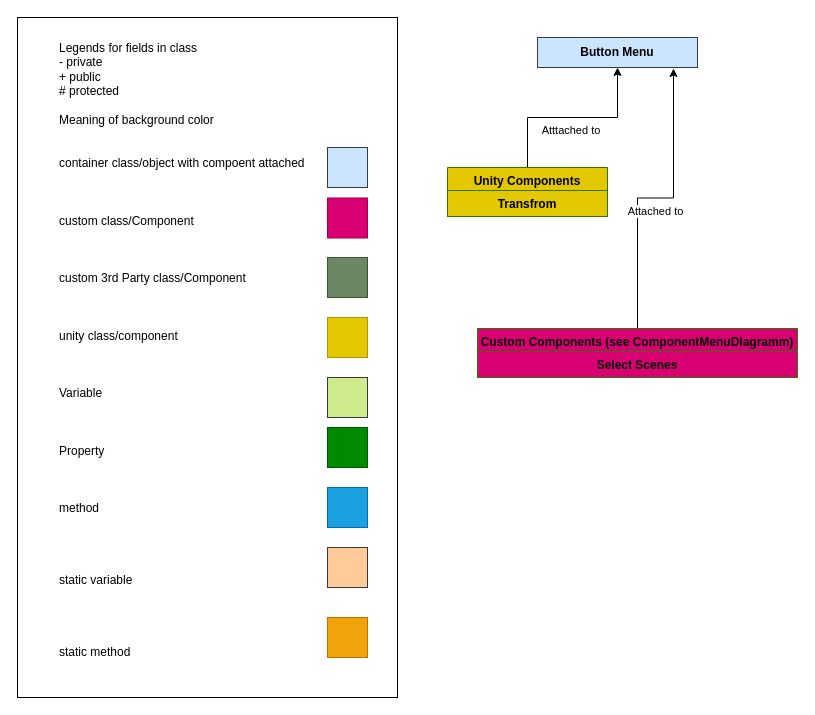
Above: Docs/Diagramms/DiagrammPrefab_SceneLoader.drawio in BoolPurist/Sunken-Castle (draw.io), before the change. Source tidied: cells renumbered, new cells numbered last; positions are measured from the earlier drawing's top-left corner, leaving out a move shared by most shapes. Both pictures are drawn from the tidied source at 100%, with x=0, y=0 at pixel (17, 17).
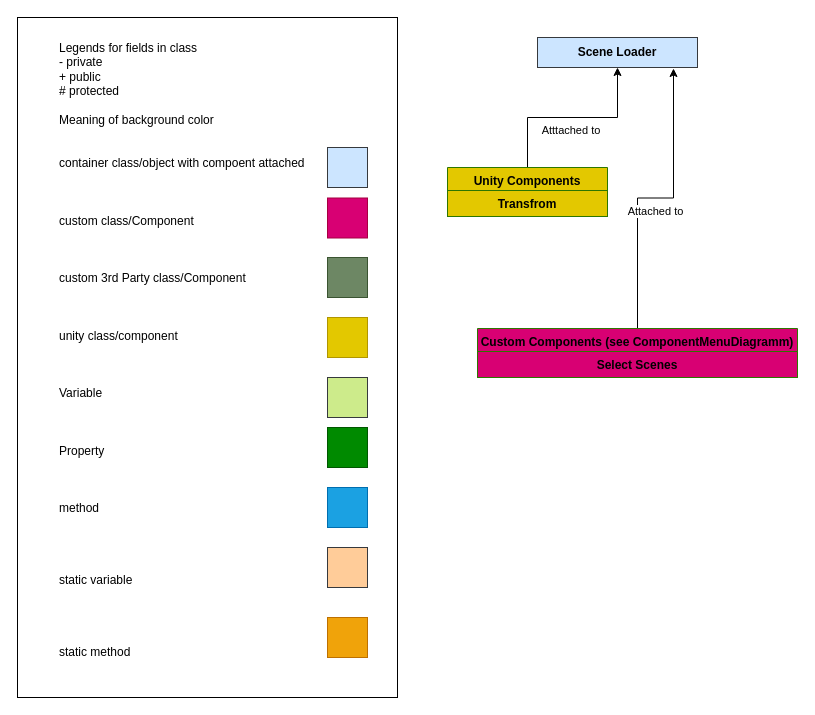
The same page after the edit.

Diff of the diagram source:
```diff
@@
 <mxGraphModel>
   <root>
     <mxCell id="0" />
     <mxCell id="1" parent="0" />
     <mxCell id="2" value="&lt;blockquote style=&quot;margin: 0 0 0 40px ; border: none ; padding: 0px&quot;&gt;&lt;div&gt;&lt;span&gt;Legends for fields in class&lt;/span&gt;&lt;/div&gt;&lt;div&gt;&lt;span&gt;- private&lt;/span&gt;&lt;/div&gt;&lt;div&gt;&lt;span&gt;+ public&lt;/span&gt;&lt;/div&gt;&lt;div&gt;&lt;span&gt;# protected&lt;/span&gt;&lt;/div&gt;&lt;div&gt;&lt;span&gt;&lt;br&gt;&lt;/span&gt;&lt;/div&gt;&lt;div&gt;&lt;span&gt;Meaning of background color&lt;/span&gt;&lt;/div&gt;&lt;div&gt;&lt;span&gt;&lt;br&gt;&lt;/span&gt;&lt;/div&gt;&lt;div&gt;&lt;br&gt;&lt;/div&gt;&lt;div&gt;container class/object with compoent attached&lt;/div&gt;&lt;div&gt;&lt;span&gt;&lt;br&gt;&lt;/span&gt;&lt;/div&gt;&lt;div&gt;&lt;span&gt;&lt;br&gt;&lt;/span&gt;&lt;/div&gt;&lt;div&gt;&lt;span&gt;&lt;br&gt;&lt;/span&gt;&lt;/div&gt;&lt;div&gt;&lt;span&gt;custom class/Component&lt;/span&gt;&lt;/div&gt;&lt;div&gt;&lt;span&gt;&lt;br&gt;&lt;/span&gt;&lt;/div&gt;&lt;div&gt;&lt;span&gt;&lt;br&gt;&lt;/span&gt;&lt;/div&gt;&lt;div&gt;&lt;span&gt;&lt;br&gt;&lt;/span&gt;&lt;/div&gt;&lt;div&gt;&lt;span&gt;custom 3rd Party class/Component&lt;/span&gt;&lt;/div&gt;&lt;div&gt;&lt;span&gt;&lt;br&gt;&lt;/span&gt;&lt;/div&gt;&lt;div&gt;&lt;span&gt;&lt;br&gt;&lt;/span&gt;&lt;/div&gt;&lt;div&gt;&lt;span&gt;&lt;br&gt;&lt;/span&gt;&lt;/div&gt;&lt;div&gt;&lt;span&gt;unity class/component&lt;/span&gt;&lt;/div&gt;&lt;div&gt;&lt;span&gt;&lt;br&gt;&lt;/span&gt;&lt;/div&gt;&lt;div&gt;&lt;span&gt;&lt;br&gt;&lt;/span&gt;&lt;/div&gt;&lt;div&gt;&lt;span&gt;&lt;br&gt;&lt;/span&gt;&lt;/div&gt;&lt;div&gt;&lt;span&gt;Variable&lt;/span&gt;&lt;/div&gt;&lt;div&gt;&lt;span&gt;&lt;br&gt;&lt;/span&gt;&lt;/div&gt;&lt;div&gt;&lt;span&gt;&lt;br&gt;&lt;/span&gt;&lt;/div&gt;&lt;div&gt;&lt;span&gt;&lt;br&gt;&lt;/span&gt;&lt;/div&gt;&lt;div&gt;&lt;span&gt;Property&lt;/span&gt;&lt;/div&gt;&lt;div&gt;&lt;span&gt;&lt;br&gt;&lt;/span&gt;&lt;/div&gt;&lt;div&gt;&lt;span&gt;&lt;br&gt;&lt;/span&gt;&lt;/div&gt;&lt;div&gt;&lt;span&gt;&lt;br&gt;&lt;/span&gt;&lt;/div&gt;&lt;div&gt;&lt;span&gt;method&lt;/span&gt;&lt;/div&gt;&lt;div&gt;&lt;span&gt;&lt;br&gt;&lt;/span&gt;&lt;/div&gt;&lt;div&gt;&lt;span&gt;&lt;br&gt;&lt;/span&gt;&lt;/div&gt;&lt;div&gt;&lt;span&gt;&lt;br&gt;&lt;/span&gt;&lt;/div&gt;&lt;div&gt;&lt;span&gt;&lt;br&gt;&lt;/span&gt;&lt;/div&gt;&lt;div&gt;static variable&lt;/div&gt;&lt;div&gt;&lt;br&gt;&lt;/div&gt;&lt;div&gt;&lt;br&gt;&lt;/div&gt;&lt;div&gt;&lt;br&gt;&lt;/div&gt;&lt;div&gt;&lt;br&gt;&lt;/div&gt;&lt;div&gt;&lt;span&gt;static method&lt;/span&gt;&lt;/div&gt;&lt;/blockquote&gt;&lt;div&gt;&lt;br&gt;&lt;/div&gt;" style="rounded=0;whiteSpace=wrap;html=1;align=left;" parent="1" vertex="1">
       <mxGeometry width="380" height="680" as="geometry" />
     </mxCell>
     <mxCell id="3" style="rounded=0;whiteSpace=wrap;html=1;fillColor=#d80073;strokeColor=#A50040;fontColor=#ffffff;" parent="1" vertex="1">
       <mxGeometry x="310" y="180.5" width="40" height="40" as="geometry" />
     </mxCell>
     <mxCell id="4" style="rounded=0;whiteSpace=wrap;html=1;fillColor=#cdeb8b;strokeColor=#36393d;" parent="1" vertex="1">
       <mxGeometry x="310" y="360" width="40" height="40" as="geometry" />
     </mxCell>
     <mxCell id="5" style="rounded=0;whiteSpace=wrap;html=1;fillColor=#008a00;strokeColor=#005700;fontColor=#ffffff;" parent="1" vertex="1">
       <mxGeometry x="310" y="410" width="40" height="40" as="geometry" />
     </mxCell>
     <mxCell id="6" style="rounded=0;whiteSpace=wrap;html=1;fillColor=#1ba1e2;strokeColor=#006EAF;fontColor=#ffffff;" parent="1" vertex="1">
       <mxGeometry x="310" y="470" width="40" height="40" as="geometry" />
     </mxCell>
     <mxCell id="7" style="rounded=0;whiteSpace=wrap;html=1;fillColor=#ffcc99;strokeColor=#36393d;" parent="1" vertex="1">
       <mxGeometry x="310" y="530" width="40" height="40" as="geometry" />
     </mxCell>
     <mxCell id="8" style="rounded=0;whiteSpace=wrap;html=1;fillColor=#f0a30a;strokeColor=#BD7000;fontColor=#ffffff;" parent="1" vertex="1">
       <mxGeometry x="310" y="600" width="40" height="40" as="geometry" />
     </mxCell>
     <mxCell id="9" style="rounded=0;whiteSpace=wrap;html=1;fillColor=#6D8764;strokeColor=#3A5431;fontColor=#ffffff;" parent="1" vertex="1">
       <mxGeometry x="310" y="240" width="40" height="40" as="geometry" />
     </mxCell>
     <mxCell id="10" style="rounded=0;whiteSpace=wrap;html=1;fillColor=#e3c800;strokeColor=#B09500;fontColor=#ffffff;" parent="1" vertex="1">
       <mxGeometry x="310" y="300" width="40" height="40" as="geometry" />
     </mxCell>
     <mxCell id="11" style="rounded=0;whiteSpace=wrap;html=1;fillColor=#cce5ff;strokeColor=#36393d;" parent="1" vertex="1">
       <mxGeometry x="310" y="130" width="40" height="40" as="geometry" />
     </mxCell>
-    <mxCell id="12" value="Button Menu" style="rounded=0;whiteSpace=wrap;html=1;fontColor=#000000;align=center;strokeColor=#36393d;fillColor=#cce5ff;fontStyle=1;" parent="1" vertex="1">
+    <mxCell id="12" value="Scene Loader" style="rounded=0;whiteSpace=wrap;html=1;fontColor=#000000;align=center;strokeColor=#36393d;fillColor=#cce5ff;fontStyle=1;" parent="1" vertex="1">
       <mxGeometry x="520" y="20" width="160" height="30" as="geometry" />
     </mxCell>
     <mxCell id="13" value="Atttached to&amp;nbsp;" style="edgeStyle=orthogonalEdgeStyle;rounded=0;jettySize=auto;html=1;exitX=0.5;exitY=0;exitDx=0;exitDy=0;fontColor=#000000;align=center;verticalAlign=top;" parent="1" edge="1" source="14" target="12">
       <mxGeometry relative="1" as="geometry" />
     </mxCell>
     <mxCell id="14" value="Unity Components" style="swimlane;fontStyle=1;horizontal=1;fillColor=#E3C800;fontColor=#000000;align=center;verticalAlign=top;strokeColor=#2D7600;gradientColor=none;spacingLeft=4;spacingRight=4;" parent="1" vertex="1">
       <mxGeometry x="430" y="150" width="160" height="49" as="geometry" />
     </mxCell>
     <mxCell id="15" value="Transfrom" style="text;strokeColor=#2D7600;fillColor=#E3C800;align=center;verticalAlign=top;spacingLeft=4;spacingRight=4;overflow=hidden;fontColor=#000000;fontStyle=1;" parent="14" vertex="1">
       <mxGeometry y="23" width="160" height="26" as="geometry" />
     </mxCell>
     <mxCell id="16" value="Attached to" style="edgeStyle=orthogonalEdgeStyle;rounded=0;jettySize=auto;html=1;entryX=0.85;entryY=1.033;entryDx=0;entryDy=0;entryPerimeter=0;fontColor=#000000;verticalAlign=top;" parent="1" edge="1" source="17" target="12">
       <mxGeometry relative="1" as="geometry" />
     </mxCell>
     <mxCell id="17" value="Custom Components (see ComponentMenuDiagramm)" style="swimlane;fontStyle=1;horizontal=1;fillColor=#D80073;fontColor=#000000;align=center;verticalAlign=top;strokeColor=#2D7600;gradientColor=none;spacingLeft=4;spacingRight=4;" parent="1" vertex="1">
       <mxGeometry x="460" y="311" width="320" height="49" as="geometry" />
     </mxCell>
     <mxCell id="18" value="Select Scenes" style="text;strokeColor=#2D7600;fillColor=#D80073;align=center;verticalAlign=top;spacingLeft=4;spacingRight=4;overflow=hidden;fontColor=#000000;fontStyle=1;startSize=23;" parent="17" vertex="1">
       <mxGeometry y="23" width="320" height="26" as="geometry" />
     </mxCell>
   </root>
 </mxGraphModel>
```
